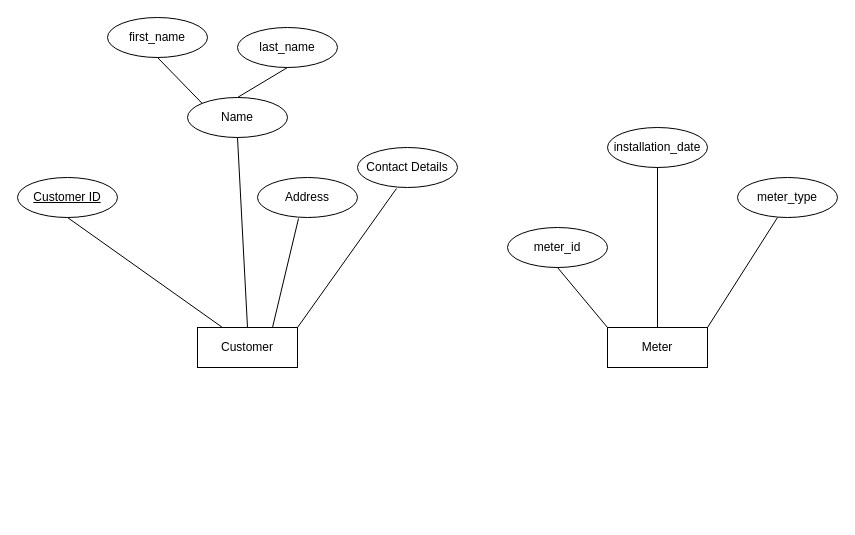
Frederick-Teye/ECG-Entity-Relationship-Diagram keeps this draw.io diagram as ECG Entity Relationship Diagram.drawio. Above is the earlier version. Source tidied: cells renumbered, new cells numbered last; positions are measured from the earlier drawing's top-left corner, leaving out a move shared by most shapes. Both pictures are drawn from the tidied source at 100%, with x=0, y=0 at pixel (17, 17).
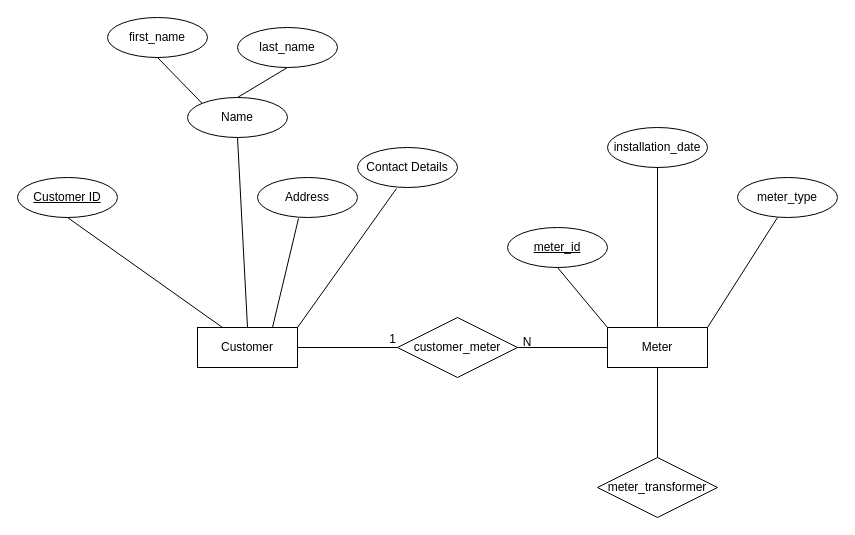
The same diagram, later.

The change refers to these unchanged cells:
```xml
<mxCell id="2" value="Customer" style="whiteSpace=wrap;html=1;align=center;" parent="1" vertex="1">
  <mxGeometry x="180" y="310" width="100" height="40" as="geometry" />
</mxCell>
<mxCell id="15" value="Meter" style="whiteSpace=wrap;html=1;align=center;" parent="1" vertex="1">
  <mxGeometry x="590" y="310" width="100" height="40" as="geometry" />
</mxCell>
```

Change to the diagram source:
```diff
@@
-    <mxCell id="16" value="meter_id" style="ellipse;whiteSpace=wrap;html=1;align=center;" parent="1" vertex="1">
-      <mxGeometry x="490" y="210" width="100" height="40" as="geometry" />
-    </mxCell>
-    <mxCell id="17" style="endArrow=none;html=1;rounded=0;exitX=0.5;exitY=1;exitDx=0;exitDy=0;entryX=0;entryY=0;entryDx=0;entryDy=0;" parent="1" edge="1" source="16" target="15">
-      <mxGeometry relative="1" as="geometry" />
+    <mxCell id="17" style="endArrow=none;html=1;rounded=0;exitX=0.5;exitY=1;exitDx=0;exitDy=0;entryX=0;entryY=0;entryDx=0;entryDy=0;" parent="1" edge="1" target="15">
+      <mxGeometry relative="1" as="geometry">
+        <mxPoint x="540" y="250" as="sourcePoint" />
+      </mxGeometry>
     </mxCell>
@@
+    <mxCell id="22" value="customer_meter" style="shape=rhombus;perimeter=rhombusPerimeter;whiteSpace=wrap;html=1;align=center;" parent="1" vertex="1">
+      <mxGeometry x="380" y="300" width="120" height="60" as="geometry" />
+    </mxCell>
+    <mxCell id="23" style="endArrow=none;html=1;rounded=0;" parent="1" edge="1" source="2">
+      <mxGeometry relative="1" as="geometry">
+        <mxPoint x="380" y="330" as="targetPoint" />
+      </mxGeometry>
+    </mxCell>
+    <mxCell id="24" value="1" style="html=1;whiteSpace=wrap;align=right;verticalAlign=bottom;" parent="23" vertex="1">
+      <mxGeometry x="1" relative="1" as="geometry" />
+    </mxCell>
+    <mxCell id="25" style="endArrow=none;html=1;rounded=0;" parent="1" edge="1" source="22">
+      <mxGeometry relative="1" as="geometry">
+        <mxPoint x="590" y="330" as="targetPoint" />
+      </mxGeometry>
+    </mxCell>
+    <mxCell id="26" value="N" style="text;strokeColor=none;align=center;fillColor=none;html=1;verticalAlign=middle;whiteSpace=wrap;rounded=0;" parent="1" vertex="1">
+      <mxGeometry x="480" y="310" width="60" height="30" as="geometry" />
+    </mxCell>
+    <mxCell id="16" value="meter_id" style="ellipse;whiteSpace=wrap;html=1;align=center;fontStyle=4;" parent="1" vertex="1">
+      <mxGeometry x="490" y="210" width="100" height="40" as="geometry" />
+    </mxCell>
+    <mxCell id="27" value="meter_transformer" style="shape=rhombus;perimeter=rhombusPerimeter;whiteSpace=wrap;html=1;align=center;" parent="1" vertex="1">
+      <mxGeometry x="580" y="440" width="120" height="60" as="geometry" />
+    </mxCell>
+    <mxCell id="28" style="endArrow=none;html=1;rounded=0;entryX=0.5;entryY=0;entryDx=0;entryDy=0;exitX=0.5;exitY=1;exitDx=0;exitDy=0;" parent="1" edge="1" source="15" target="27">
+      <mxGeometry relative="1" as="geometry" />
+    </mxCell>
```
